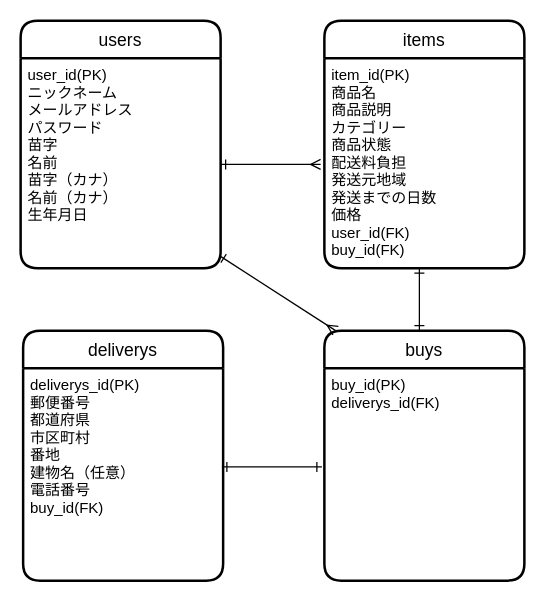
yukiko0902/furima-38951 keeps this draw.io diagram as furima.dio. Above is the earlier version. Source tidied: cells renumbered, new cells numbered last; positions are measured from the earlier drawing's top-left corner, leaving out a move shared by most shapes. Both pictures are drawn from the tidied source at 125%, with x=0, y=0 at pixel (20, 20).
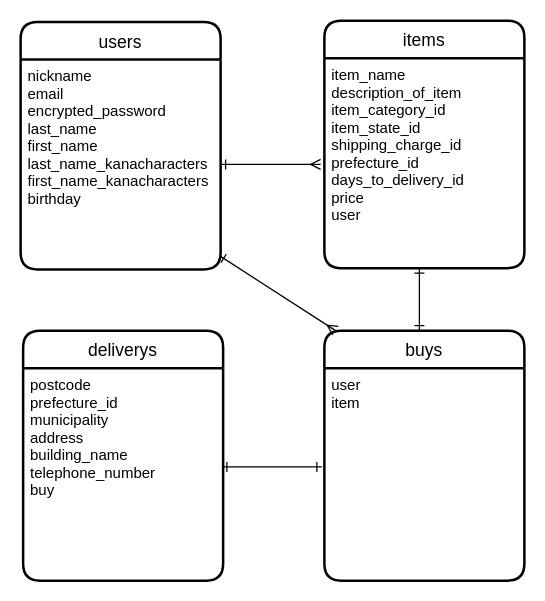
After the change.

Commit message:
データベース設計（訂正４）

What changed in the source:
```diff
@@
 <mxGraphModel>
   <root>
     <mxCell id="0" />
     <mxCell id="1" parent="0" />
     <mxCell id="2" value="users" style="swimlane;horizontal=1;startSize=30;rounded=1;fontSize=14;fontStyle=0;strokeWidth=2;shadow=0;dashed=0;align=center;" parent="1" vertex="1">
-      <mxGeometry width="160" height="198" as="geometry" />
+      <mxGeometry y="1" width="160" height="198" as="geometry" />
     </mxCell>
-    <mxCell id="3" value="user_id(PK)&#10;ニックネーム&#10;メールアドレス&#10;パスワード&#10;苗字&#10;名前&#10;苗字（カナ）&#10;名前（カナ）&#10;生年月日" style="align=left;strokeColor=none;fillColor=none;spacingLeft=4;fontSize=12;verticalAlign=top;" parent="2" vertex="1">
+    <mxCell id="3" value="nickname&#10;email&#10;encrypted_password&#10;last_name&#10;first_name&#10;last_name_kanacharacters&#10;first_name_kanacharacters&#10;birthday" style="align=left;strokeColor=none;fillColor=none;spacingLeft=4;fontSize=12;verticalAlign=top;" parent="2" vertex="1">
       <mxGeometry y="30" width="160" height="168" as="geometry" />
     </mxCell>
     <mxCell id="4" value="items" style="swimlane;horizontal=1;startSize=30;rounded=1;fontSize=14;fontStyle=0;strokeWidth=2;shadow=0;dashed=0;align=center;" parent="1" vertex="1">
       <mxGeometry x="243" width="160" height="198" as="geometry" />
     </mxCell>
-    <mxCell id="5" value="item_id(PK)&#10;商品名&#10;商品説明&#10;カテゴリー&#10;商品状態&#10;配送料負担&#10;発送元地域&#10;発送までの日数&#10;価格&#10;user_id(FK)&#10;buy_id(FK)" style="align=left;strokeColor=none;fillColor=none;spacingLeft=4;fontSize=12;verticalAlign=top;" parent="4" vertex="1">
+    <mxCell id="5" value="item_name&#10;description_of_item&#10;item_category_id&#10;item_state_id&#10;shipping_charge_id&#10;prefecture_id&#10;days_to_delivery_id&#10;price&#10;user" style="align=left;strokeColor=none;fillColor=none;spacingLeft=4;fontSize=12;verticalAlign=top;" parent="4" vertex="1">
       <mxGeometry y="30" width="160" height="168" as="geometry" />
     </mxCell>
     <mxCell id="6" value="deliverys" style="swimlane;horizontal=1;startSize=30;rounded=1;fontSize=14;fontStyle=0;strokeWidth=2;shadow=0;dashed=0;align=center;" parent="1" vertex="1">
       <mxGeometry x="2" y="248" width="160" height="200" as="geometry" />
     </mxCell>
-    <mxCell id="7" value="deliverys_id(PK)&#10;郵便番号&#10;都道府県&#10;市区町村&#10;番地&#10;建物名（任意）&#10;電話番号&#10;buy_id(FK)" style="align=left;strokeColor=none;fillColor=none;spacingLeft=4;fontSize=12;verticalAlign=top;" parent="6" vertex="1">
+    <mxCell id="7" value="postcode&#10;prefecture_id&#10;municipality&#10;address&#10;building_name&#10;telephone_number&#10;buy" style="align=left;strokeColor=none;fillColor=none;spacingLeft=4;fontSize=12;verticalAlign=top;" parent="6" vertex="1">
       <mxGeometry y="30" width="160" height="170" as="geometry" />
     </mxCell>
     <mxCell id="8" value="buys" style="swimlane;horizontal=1;startSize=30;rounded=1;fontSize=14;fontStyle=0;strokeWidth=2;shadow=0;dashed=0;align=center;" parent="1" vertex="1">
       <mxGeometry x="243" y="248" width="160" height="200" as="geometry" />
     </mxCell>
-    <mxCell id="9" value="buy_id(PK)&#10;deliverys_id(FK)" style="align=left;strokeColor=none;fillColor=none;spacingLeft=4;fontSize=12;verticalAlign=top;" parent="8" vertex="1">
+    <mxCell id="9" value="user &#10;item" style="align=left;strokeColor=none;fillColor=none;spacingLeft=4;fontSize=12;verticalAlign=top;" parent="8" vertex="1">
       <mxGeometry y="30" width="160" height="170" as="geometry" />
     </mxCell>
     <mxCell id="10" style="endArrow=ERmany;html=1;rounded=0;startArrow=ERone;startFill=0;endFill=0;" parent="1" edge="1">
       <mxGeometry relative="1" as="geometry">
         <mxPoint x="160" y="115" as="sourcePoint" />
         <mxPoint x="240" y="115" as="targetPoint" />
       </mxGeometry>
     </mxCell>
     <mxCell id="11" style="endArrow=ERone;html=1;rounded=0;startArrow=ERone;startFill=0;endFill=0;" parent="1" edge="1">
       <mxGeometry relative="1" as="geometry">
         <mxPoint x="161" y="357" as="sourcePoint" />
         <mxPoint x="241" y="357" as="targetPoint" />
       </mxGeometry>
     </mxCell>
     <mxCell id="12" style="endArrow=ERone;html=1;rounded=0;entryX=0;entryY=1;entryDx=0;entryDy=0;exitX=0;exitY=0;exitDx=0;exitDy=0;startArrow=ERone;startFill=0;endFill=0;" parent="1" edge="1">
       <mxGeometry relative="1" as="geometry">
         <mxPoint x="319" y="248" as="sourcePoint" />
         <mxPoint x="319" y="198" as="targetPoint" />
       </mxGeometry>
     </mxCell>
     <mxCell id="13" style="endArrow=ERmany;html=1;rounded=0;entryX=0;entryY=0;entryDx=0;entryDy=0;startArrow=ERone;startFill=0;endFill=0;" parent="1" edge="1">
       <mxGeometry relative="1" as="geometry">
         <mxPoint x="159" y="188" as="sourcePoint" />
         <mxPoint x="252" y="248" as="targetPoint" />
       </mxGeometry>
     </mxCell>
   </root>
 </mxGraphModel>
```
